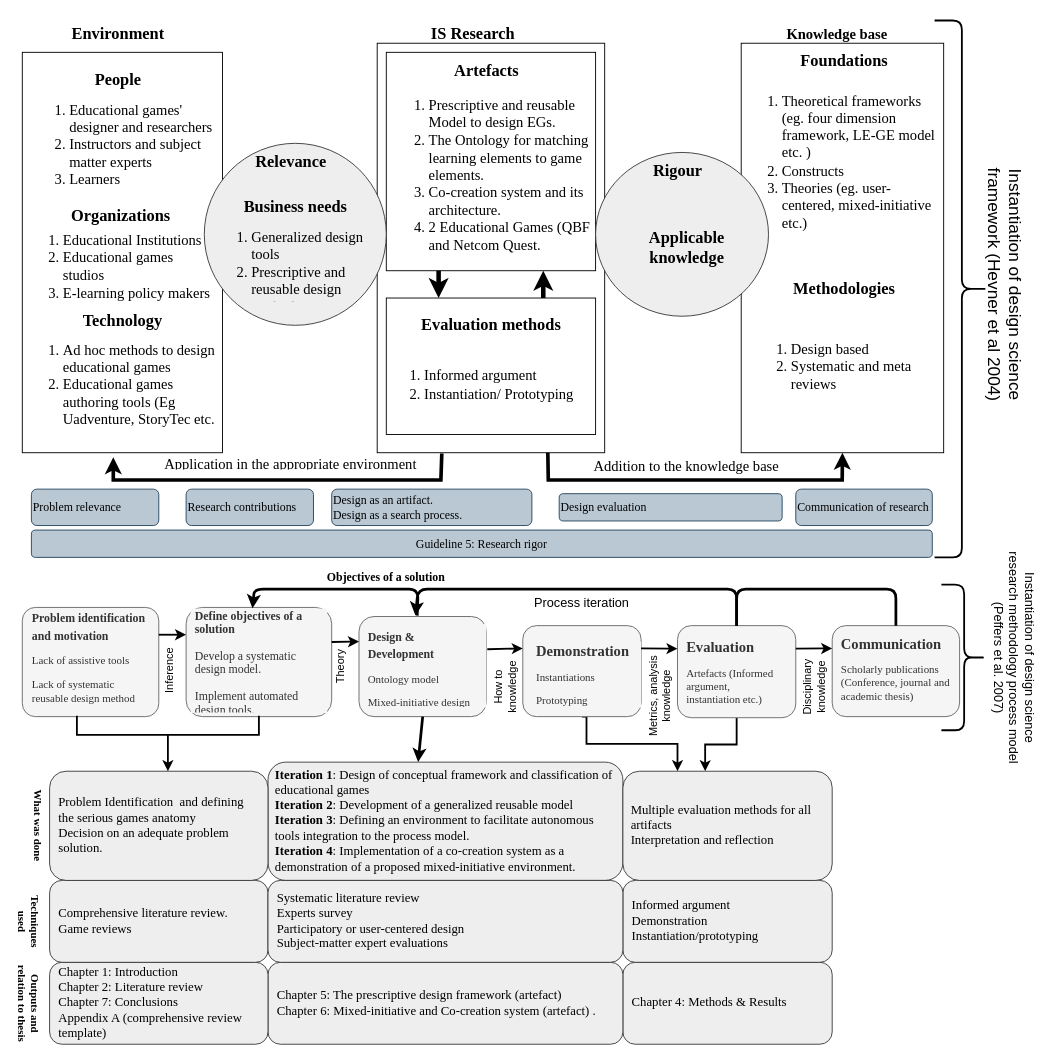
The draw.io diagram page "Methodology" (2 of 14) of TheModel.drawio in Kibolabs/Diagrams, before the edit. Source tidied: cells renumbered, new cells numbered last; positions are measured from the earlier drawing's top-left corner, leaving out a move shared by most shapes. Both pictures are drawn from the tidied source at 91%, with x=0, y=0 at pixel (-16, 15).
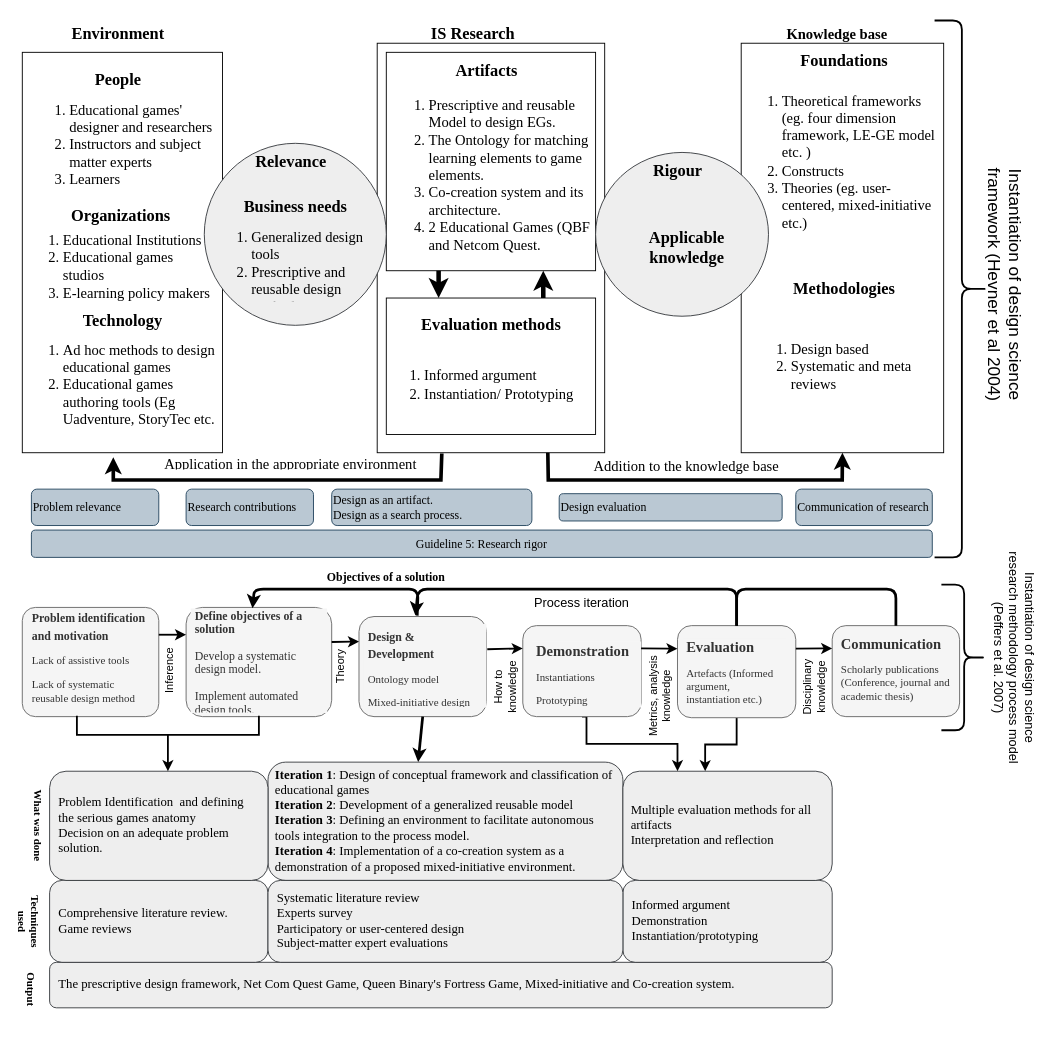
After the change.

Diff of the diagram source:
```diff
@@
-    <mxCell id="38" value="Artefacts" style="text;strokeColor=none;fillColor=none;html=1;fontSize=18;fontStyle=1;verticalAlign=middle;align=center;fontFamily=Times New Roman;" parent="1" vertex="1">
+    <mxCell id="38" value="Artifacts" style="text;strokeColor=none;fillColor=none;html=1;fontSize=18;fontStyle=1;verticalAlign=middle;align=center;fontFamily=Times New Roman;" parent="1" vertex="1">
       <mxGeometry x="472" y="40" width="160" height="40" as="geometry" />
     </mxCell>
@@
-    <mxCell id="49" value="&lt;div style=&quot;font-size: 14px&quot;&gt;Chapter 4: Methods &amp;amp; Results&lt;/div&gt;" style="rounded=1;whiteSpace=wrap;html=1;align=left;fontFamily=Times New Roman;fontSize=14;fillColor=#eeeeee;strokeColor=#36393d;spacing=10;" parent="1" vertex="1">
-      <mxGeometry x="702" y="1040" width="230" height="90" as="geometry" />
-    </mxCell>
-    <mxCell id="50" value="&lt;div style=&quot;font-size: 14px&quot;&gt;Chapter 5: The prescriptive design framework (artefact)&lt;br style=&quot;font-size: 14px&quot;&gt;&lt;/div&gt;&lt;div style=&quot;font-size: 14px&quot;&gt;Chapter 6: Mixed-initiative and Co-creation system (artefact) .&lt;/div&gt;" style="rounded=1;whiteSpace=wrap;html=1;align=left;fontFamily=Times New Roman;fontSize=14;fillColor=#eeeeee;strokeColor=#36393d;spacing=10;" parent="1" vertex="1">
-      <mxGeometry x="312" y="1040" width="390" height="90" as="geometry" />
+    <mxCell id="50" value="&lt;div style=&quot;font-size: 14px&quot;&gt;The prescriptive design framework, Net Com Quest Game, Queen Binary's Fortress Game, Mixed-initiative and Co-creation system.&amp;nbsp;&lt;/div&gt;" style="rounded=1;whiteSpace=wrap;html=1;align=left;fontFamily=Times New Roman;fontSize=14;fillColor=#eeeeee;strokeColor=#36393d;spacing=10;" parent="1" vertex="1">
+      <mxGeometry x="72" y="1040" width="860" height="50" as="geometry" />
     </mxCell>
-    <mxCell id="51" value="&lt;div style=&quot;font-size: 14px&quot;&gt;Chapter 1: Introduction&lt;br style=&quot;font-size: 14px&quot;&gt;&lt;/div&gt;&lt;div style=&quot;font-size: 14px&quot;&gt;Chapter 2: Literature review&lt;br style=&quot;font-size: 14px&quot;&gt;&lt;/div&gt;&lt;div style=&quot;font-size: 14px&quot;&gt;Chapter 7: Conclusions&lt;/div&gt;&lt;div style=&quot;font-size: 14px&quot;&gt;Appendix A (comprehensive review template)&lt;br style=&quot;font-size: 14px&quot;&gt;&lt;/div&gt;" style="rounded=1;whiteSpace=wrap;html=1;align=left;fontFamily=Times New Roman;fontSize=14;fillColor=#eeeeee;strokeColor=#36393d;spacing=10;" parent="1" vertex="1">
-      <mxGeometry x="72" y="1040" width="240" height="90" as="geometry" />
-    </mxCell>
@@
-    <mxCell id="64" value="Outputs and relation to thesis" style="text;html=1;strokeColor=none;fillColor=none;align=center;verticalAlign=middle;whiteSpace=wrap;rounded=0;fontStyle=1;fontFamily=Times New Roman;rotation=90;" parent="1" vertex="1">
-      <mxGeometry x="-0.5" y="1075" width="100" height="20" as="geometry" />
+    <mxCell id="64" value="Output" style="text;html=1;strokeColor=none;fillColor=none;align=center;verticalAlign=middle;whiteSpace=wrap;rounded=0;fontStyle=1;fontFamily=Times New Roman;rotation=90;" parent="1" vertex="1">
+      <mxGeometry x="2" y="1060" width="100" height="20" as="geometry" />
     </mxCell>
```
